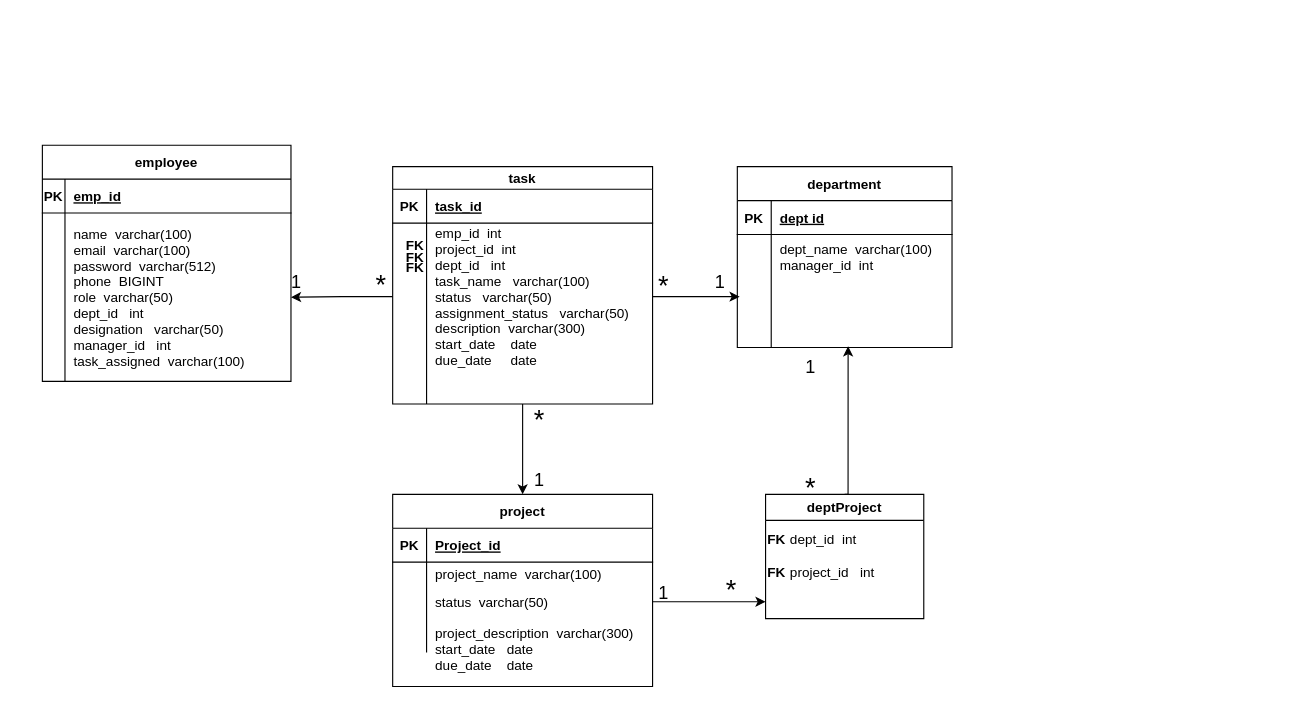
Above: page "ER" (3 of 4) of ETMS_complete.drawio in Hks1998/ETMS_Project (draw.io), before the change. Source tidied: cells renumbered, new cells numbered last; positions are measured from the earlier drawing's top-left corner, leaving out a move shared by most shapes. Both pictures are drawn from the tidied source at 113%, with x=0, y=0 at pixel (42, 145).
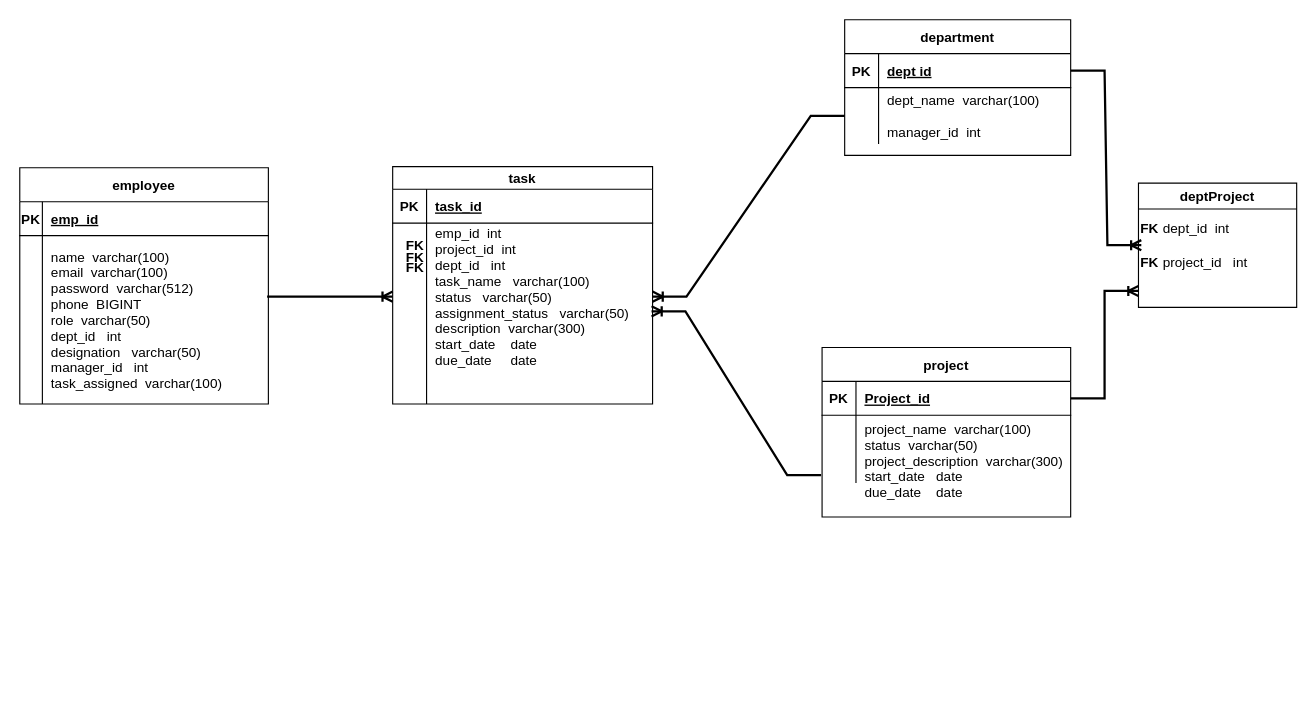
The same diagram, later.

Unchanged cells that the change refers to:
```xml
<mxCell id="3" value="task" style="shape=table;startSize=20;childLayout=tableLayout;rowLines=0;fontStyle=1;align=center;" parent="1" vertex="1">
  <mxGeometry x="310" y="19" width="230" height="210" as="geometry" />
</mxCell>
<mxCell id="7" style="shape=partialRectangle;fillColor=none;points=[[0,0.5],[1,0.5]];portConstraint=eastwest;top=0;left=0;right=0;bottom=0;" parent="3" vertex="1">
  <mxGeometry y="50" width="230" height="130" as="geometry" />
</mxCell>
<mxCell id="27" style="shape=partialRectangle;fillColor=none;points=[[0,0.5],[1,0.5]];portConstraint=eastwest;top=0;left=0;right=0;bottom=0;" parent="23" vertex="1">
  <mxGeometry y="60" width="220" height="149" as="geometry" />
</mxCell>
```

Diff of the diagram source:
```diff
@@
-    <mxCell id="2" style="edgeStyle=orthogonalEdgeStyle;rounded=0;jettySize=auto;html=1;exitX=0.5;exitY=1;exitDx=0;exitDy=0;entryX=0.5;entryY=0;entryDx=0;entryDy=0;" parent="1" edge="1" source="3" target="30">
-      <mxGeometry relative="1" as="geometry" />
-    </mxCell>
@@
     <mxCell id="13" value="department" style="shape=table;startSize=30;childLayout=tableLayout;rowLines=0;fontStyle=1;align=center;" parent="1" vertex="1">
-      <mxGeometry x="615" y="19" width="190" height="160" as="geometry" />
+      <mxGeometry x="710" y="-111" width="200" height="120" as="geometry" />
     </mxCell>
     <mxCell id="14" style="shape=partialRectangle;fillColor=none;points=[[0,0.5],[1,0.5]];portConstraint=eastwest;top=0;left=0;right=0;bottom=1;" parent="13" vertex="1">
-      <mxGeometry y="30" width="190" height="30" as="geometry" />
+      <mxGeometry y="30" width="200" height="30" as="geometry" />
     </mxCell>
@@
     <mxCell id="16" value="dept id" style="shape=partialRectangle;overflow=hidden;fillColor=none;top=0;left=0;bottom=0;right=0;align=left;spacingLeft=6;fontStyle=5;" parent="14" vertex="1">
-      <mxGeometry x="30" width="160" height="30" as="geometry" />
+      <mxGeometry x="30" width="170" height="30" as="geometry" />
     </mxCell>
     <mxCell id="17" style="shape=partialRectangle;fillColor=none;points=[[0,0.5],[1,0.5]];portConstraint=eastwest;top=0;left=0;right=0;bottom=0;" parent="13" vertex="1">
-      <mxGeometry y="60" width="190" height="40" as="geometry" />
+      <mxGeometry y="60" width="200" height="50" as="geometry" />
     </mxCell>
     <mxCell id="18" style="shape=partialRectangle;overflow=hidden;fillColor=none;top=0;left=0;bottom=0;right=0;" parent="17" vertex="1">
-      <mxGeometry width="30" height="40" as="geometry" />
+      <mxGeometry width="30" height="50" as="geometry" />
     </mxCell>
-    <mxCell id="19" value="dept_name  varchar(100) &#10;manager_id  int" style="shape=partialRectangle;overflow=hidden;fillColor=none;top=0;left=0;bottom=0;right=0;align=left;spacingLeft=6;" parent="17" vertex="1">
-      <mxGeometry x="30" width="160" height="40" as="geometry" />
+    <mxCell id="19" value="dept_name  varchar(100)&#10; &#10;manager_id  int" style="shape=partialRectangle;overflow=hidden;fillColor=none;top=0;left=0;bottom=0;right=0;align=left;spacingLeft=6;" parent="17" vertex="1">
+      <mxGeometry x="30" width="170" height="50" as="geometry" />
     </mxCell>
-    <mxCell id="20" style="shape=partialRectangle;fillColor=none;points=[[0,0.5],[1,0.5]];portConstraint=eastwest;top=0;left=0;right=0;bottom=0;" parent="13" vertex="1">
-      <mxGeometry y="100" width="190" height="60" as="geometry" />
-    </mxCell>
-    <mxCell id="21" style="shape=partialRectangle;overflow=hidden;fillColor=none;top=0;left=0;bottom=0;right=0;" parent="20" vertex="1">
-      <mxGeometry width="30" height="60" as="geometry" />
-    </mxCell>
-    <mxCell id="22" style="shape=partialRectangle;overflow=hidden;fillColor=none;top=0;left=0;bottom=0;right=0;align=left;spacingLeft=6;" parent="20" vertex="1">
-      <mxGeometry x="30" width="160" height="60" as="geometry" />
-    </mxCell>
     <mxCell id="23" value="employee" style="shape=table;startSize=30;childLayout=tableLayout;rowLines=0;fontStyle=1;align=center;" parent="1" vertex="1">
-      <mxGeometry width="220" height="209" as="geometry" />
+      <mxGeometry x="-20" y="20" width="220" height="209" as="geometry" />
     </mxCell>
@@
     <mxCell id="30" value="project" style="shape=table;startSize=30;childLayout=tableLayout;rowLines=0;fontStyle=1;align=center;" parent="1" vertex="1">
-      <mxGeometry x="310" y="309" width="230" height="170" as="geometry" />
+      <mxGeometry x="690" y="179" width="220" height="150" as="geometry" />
     </mxCell>
     <mxCell id="31" style="shape=partialRectangle;fillColor=none;top=0;left=0;bottom=1;right=0;points=[[0,0.5],[1,0.5]];portConstraint=eastwest;" parent="30" vertex="1">
-      <mxGeometry y="30" width="230" height="30" as="geometry" />
+      <mxGeometry y="30" width="220" height="30" as="geometry" />
     </mxCell>
@@
     <mxCell id="33" value="Project_id" style="shape=partialRectangle;fillColor=none;top=0;left=0;bottom=0;right=0;align=left;spacingLeft=6;fontStyle=5;overflow=hidden;" parent="31" vertex="1">
-      <mxGeometry x="30" width="200" height="30" as="geometry" />
+      <mxGeometry x="30" width="190" height="30" as="geometry" />
     </mxCell>
-    <mxCell id="34" style="shape=partialRectangle;fillColor=none;top=0;left=0;bottom=0;right=0;" parent="30" vertex="1">
-      <mxGeometry y="60" width="230" height="20" as="geometry" />
-    </mxCell>
-    <mxCell id="35" style="shape=partialRectangle;fillColor=none;top=0;left=0;bottom=0;right=0;overflow=hidden;" parent="34" vertex="1">
-      <mxGeometry width="30" height="20" as="geometry" />
-    </mxCell>
-    <mxCell id="36" value="project_name  varchar(100) " style="shape=partialRectangle;fillColor=none;top=0;left=0;bottom=0;right=0;align=left;spacingLeft=6;overflow=hidden;" parent="34" vertex="1">
-      <mxGeometry x="30" width="200" height="20" as="geometry" />
-    </mxCell>
     <mxCell id="37" style="shape=partialRectangle;fillColor=none;top=0;left=0;bottom=0;right=0;points=[[0,0.5],[1,0.5]];portConstraint=eastwest;" parent="30" vertex="1">
-      <mxGeometry y="80" width="230" height="30" as="geometry" />
+      <mxGeometry y="60" width="220" height="30" as="geometry" />
     </mxCell>
@@
-    <mxCell id="39" value="status  varchar(50) " style="shape=partialRectangle;fillColor=none;top=0;left=0;bottom=0;right=0;align=left;spacingLeft=6;overflow=hidden;" parent="37" vertex="1">
-      <mxGeometry x="30" width="200" height="30" as="geometry" />
+    <mxCell id="39" style="shape=partialRectangle;fillColor=none;top=0;left=0;bottom=0;right=0;align=left;spacingLeft=6;overflow=hidden;" parent="37" vertex="1">
+      <mxGeometry x="30" width="190" height="30" as="geometry" />
     </mxCell>
     <mxCell id="40" style="shape=partialRectangle;fillColor=none;top=0;left=0;bottom=0;right=0;points=[[0,0.5],[1,0.5]];portConstraint=eastwest;" parent="30" vertex="1">
-      <mxGeometry y="110" width="230" height="30" as="geometry" />
+      <mxGeometry y="90" width="220" height="30" as="geometry" />
     </mxCell>
@@
     <mxCell id="42" style="shape=partialRectangle;fillColor=none;top=0;left=0;bottom=0;right=0;align=left;spacingLeft=6;overflow=hidden;" parent="40" vertex="1">
-      <mxGeometry x="30" width="200" height="30" as="geometry" />
+      <mxGeometry x="30" width="190" height="30" as="geometry" />
     </mxCell>
-    <mxCell id="43" value="&#10;project_description  varchar(300) &#10;start_date   date&#10;due_date    date" style="shape=partialRectangle;fillColor=none;top=0;left=0;bottom=0;right=0;align=left;spacingLeft=6;overflow=hidden;" parent="1" vertex="1">
-      <mxGeometry x="340" y="409" width="190" height="60" as="geometry" />
+    <mxCell id="43" value="project_name  varchar(100) &#10;status  varchar(50) &#10;project_description  varchar(300) &#10;start_date   date&#10;due_date    date" style="shape=partialRectangle;fillColor=none;top=0;left=0;bottom=0;right=0;align=left;spacingLeft=6;overflow=hidden;" parent="1" vertex="1">
+      <mxGeometry x="720" y="239" width="190" height="80" as="geometry" />
     </mxCell>
-    <mxCell id="44" style="edgeStyle=orthogonalEdgeStyle;rounded=0;jettySize=auto;html=1;exitX=0.5;exitY=0;exitDx=0;exitDy=0;entryX=0.516;entryY=0.983;entryDx=0;entryDy=0;entryPerimeter=0;" parent="1" edge="1" source="45" target="20">
-      <mxGeometry relative="1" as="geometry">
-        <Array as="points">
-          <mxPoint x="713" y="309" />
-        </Array>
-      </mxGeometry>
-    </mxCell>
     <mxCell id="45" value="deptProject" style="swimlane;" parent="1" vertex="1">
-      <mxGeometry x="640" y="309" width="140" height="110" as="geometry" />
+      <mxGeometry x="970" y="33.5" width="140" height="110" as="geometry" />
     </mxCell>
@@
-    <mxCell id="49" value="*" style="text;html=1;strokeColor=none;fillColor=none;align=center;verticalAlign=middle;whiteSpace=wrap;rounded=0;fontSize=24;" parent="1" vertex="1">
-      <mxGeometry x="420" y="239" width="40" height="10" as="geometry" />
-    </mxCell>
-    <mxCell id="50" value="&lt;font size=&quot;3&quot;&gt;1&lt;/font&gt;" style="text;html=1;strokeColor=none;fillColor=none;align=center;verticalAlign=middle;whiteSpace=wrap;rounded=0;fontSize=24;" parent="1" vertex="1">
-      <mxGeometry x="410" y="279" width="60" height="30" as="geometry" />
-    </mxCell>
-    <mxCell id="51" value="&lt;font size=&quot;3&quot;&gt;1&lt;/font&gt;" style="text;html=1;strokeColor=none;fillColor=none;align=center;verticalAlign=middle;whiteSpace=wrap;rounded=0;fontSize=24;" parent="1" vertex="1">
-      <mxGeometry x="520" y="379" width="60" height="30" as="geometry" />
-    </mxCell>
-    <mxCell id="52" style="edgeStyle=orthogonalEdgeStyle;rounded=0;jettySize=auto;html=1;fontSize=18;" parent="1" edge="1" source="37">
-      <mxGeometry relative="1" as="geometry">
-        <mxPoint x="640" y="404" as="targetPoint" />
-      </mxGeometry>
-    </mxCell>
-    <mxCell id="53" value="*" style="text;html=1;strokeColor=none;fillColor=none;align=center;verticalAlign=middle;whiteSpace=wrap;rounded=0;fontSize=24;" parent="1" vertex="1">
-      <mxGeometry x="580" y="379" width="60" height="30" as="geometry" />
-    </mxCell>
-    <mxCell id="54" value="&lt;font size=&quot;3&quot;&gt;1&lt;/font&gt;" style="text;html=1;strokeColor=none;fillColor=none;align=center;verticalAlign=middle;whiteSpace=wrap;rounded=0;fontSize=24;" parent="1" vertex="1">
-      <mxGeometry x="210" y="103.5" width="30" height="30" as="geometry" />
-    </mxCell>
-    <mxCell id="55" value="*" style="text;html=1;strokeColor=none;fillColor=none;align=center;verticalAlign=middle;whiteSpace=wrap;rounded=0;fontSize=24;" parent="1" vertex="1">
-      <mxGeometry x="290" y="113.5" width="20" height="20" as="geometry" />
-    </mxCell>
-    <mxCell id="56" style="edgeStyle=orthogonalEdgeStyle;rounded=0;jettySize=auto;html=1;exitX=0;exitY=0.5;exitDx=0;exitDy=0;" parent="1" edge="1" source="7" target="27">
-      <mxGeometry relative="1" as="geometry" />
-    </mxCell>
-    <mxCell id="57" value="&lt;font size=&quot;3&quot;&gt;1&lt;/font&gt;" style="text;html=1;strokeColor=none;fillColor=none;align=center;verticalAlign=middle;whiteSpace=wrap;rounded=0;fontSize=24;" parent="1" vertex="1">
-      <mxGeometry x="650" y="179" width="60" height="30" as="geometry" />
-    </mxCell>
-    <mxCell id="58" value="*" style="text;html=1;strokeColor=none;fillColor=none;align=center;verticalAlign=middle;whiteSpace=wrap;rounded=0;fontSize=24;" parent="1" vertex="1">
-      <mxGeometry x="650" y="289" width="60" height="30" as="geometry" />
-    </mxCell>
+    <mxCell id="61" value="&lt;b&gt;FK&lt;/b&gt;" style="text;html=1;strokeColor=none;fillColor=none;align=center;verticalAlign=middle;whiteSpace=wrap;rounded=0;" parent="45" vertex="1">
+      <mxGeometry x="-5" y="55" width="30" height="30" as="geometry" />
+    </mxCell>
@@
-    <mxCell id="61" value="&lt;b&gt;FK&lt;/b&gt;" style="text;html=1;strokeColor=none;fillColor=none;align=center;verticalAlign=middle;whiteSpace=wrap;rounded=0;" parent="1" vertex="1">
-      <mxGeometry x="620" y="364" width="60" height="30" as="geometry" />
-    </mxCell>
@@
-    <mxCell id="63" style="edgeStyle=orthogonalEdgeStyle;rounded=0;jettySize=auto;html=1;exitX=1;exitY=0.5;exitDx=0;exitDy=0;entryX=0.011;entryY=0.25;entryDx=0;entryDy=0;entryPerimeter=0;" parent="1" edge="1" source="7" target="20">
-      <mxGeometry relative="1" as="geometry" />
-    </mxCell>
-    <mxCell id="64" value="*" style="text;html=1;strokeColor=none;fillColor=none;align=center;verticalAlign=middle;whiteSpace=wrap;rounded=0;fontSize=24;" parent="1" vertex="1">
-      <mxGeometry x="540" y="114.5" width="20" height="20" as="geometry" />
-    </mxCell>
-    <mxCell id="65" value="&lt;font size=&quot;3&quot;&gt;1&lt;/font&gt;" style="text;html=1;strokeColor=none;fillColor=none;align=center;verticalAlign=middle;whiteSpace=wrap;rounded=0;fontSize=24;" parent="1" vertex="1">
-      <mxGeometry x="570" y="103.5" width="60" height="30" as="geometry" />
-    </mxCell>
+    <mxCell id="66" style="edgeStyle=entityRelationEdgeStyle;fontSize=12;html=1;endArrow=ERoneToMany;rounded=0;strokeWidth=2;entryX=0;entryY=0.5;entryDx=0;entryDy=0;exitX=0.995;exitY=0.362;exitDx=0;exitDy=0;exitPerimeter=0;" parent="1" edge="1" source="27" target="7">
+      <mxGeometry relative="1" as="geometry" />
+    </mxCell>
+    <mxCell id="67" style="edgeStyle=entityRelationEdgeStyle;fontSize=12;html=1;endArrow=ERoneToMany;rounded=0;strokeWidth=2;entryX=1;entryY=0.5;entryDx=0;entryDy=0;exitX=0;exitY=0.5;exitDx=0;exitDy=0;" parent="1" edge="1" source="17" target="7">
+      <mxGeometry relative="1" as="geometry" />
+    </mxCell>
+    <mxCell id="68" style="edgeStyle=entityRelationEdgeStyle;fontSize=12;html=1;endArrow=ERoneToMany;rounded=0;strokeWidth=2;entryX=0.996;entryY=0.6;entryDx=0;entryDy=0;entryPerimeter=0;exitX=-0.004;exitY=0.767;exitDx=0;exitDy=0;exitPerimeter=0;" parent="1" edge="1" source="40" target="7">
+      <mxGeometry relative="1" as="geometry" />
+    </mxCell>
+    <mxCell id="69" style="edgeStyle=entityRelationEdgeStyle;fontSize=12;html=1;endArrow=ERoneToMany;rounded=0;strokeWidth=2;exitX=1;exitY=0.5;exitDx=0;exitDy=0;entryX=0.25;entryY=0;entryDx=0;entryDy=0;" parent="1" edge="1" source="14" target="61">
+      <mxGeometry relative="1" as="geometry" />
+    </mxCell>
+    <mxCell id="70" style="edgeStyle=entityRelationEdgeStyle;fontSize=12;html=1;endArrow=ERoneToMany;rounded=0;strokeWidth=2;exitX=1;exitY=0.5;exitDx=0;exitDy=0;" parent="1" edge="1" source="31">
+      <mxGeometry relative="1" as="geometry">
+        <mxPoint x="970" y="129" as="targetPoint" />
+      </mxGeometry>
+    </mxCell>
```
